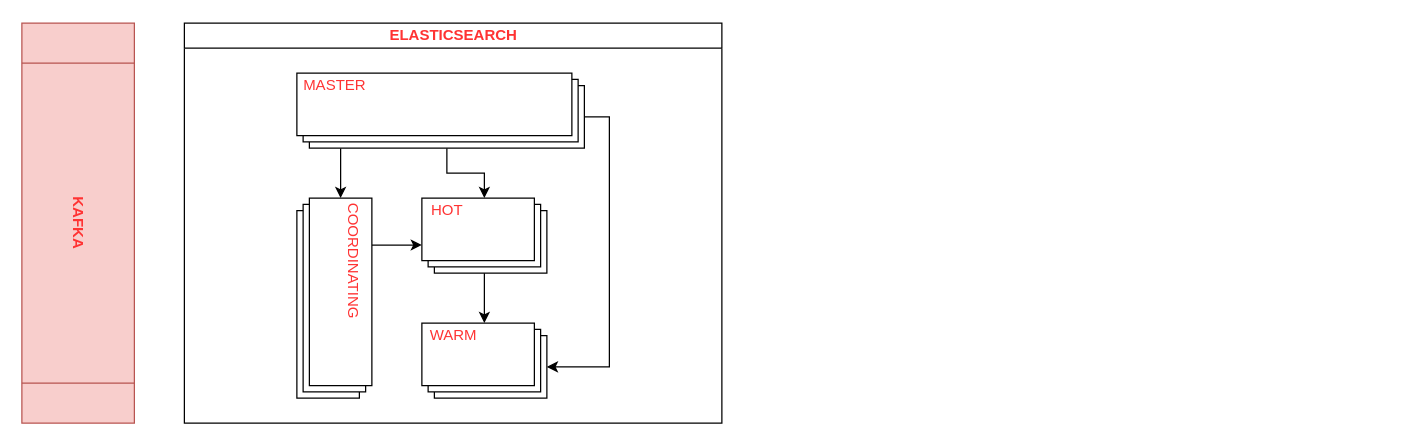
The draw.io diagram Untitled Diagram.drawio in iatalay/drawio-diagrams, before the edit. Source tidied: cells renumbered, new cells numbered last; positions are measured from the earlier drawing's top-left corner, leaving out a move shared by most shapes. Both pictures are drawn from the tidied source at 125%, with x=0, y=0 at pixel (-122, 22).
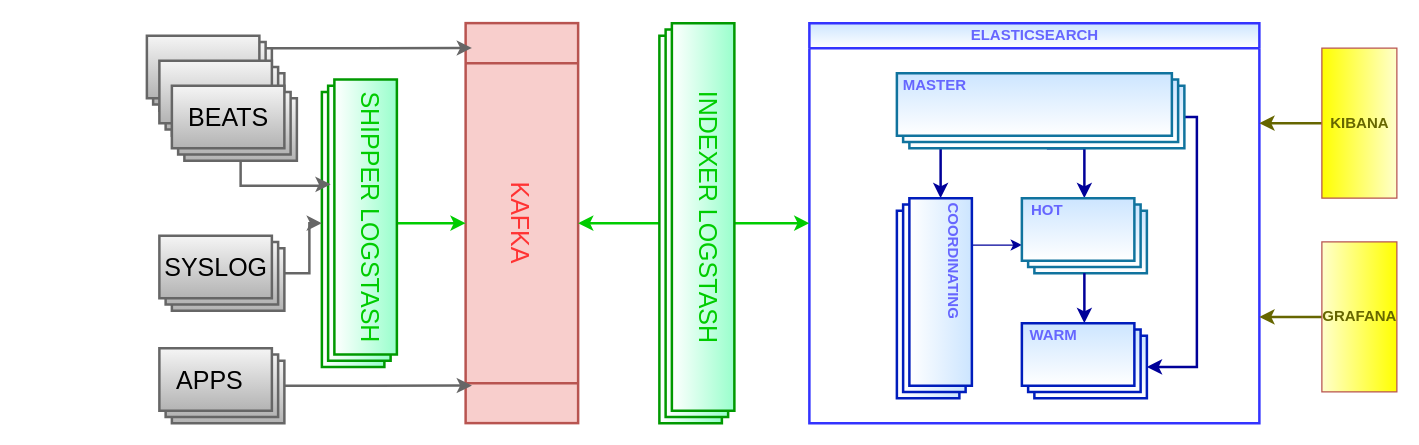
After the change.

What changed in the source:
```diff
@@
-    <mxCell id="2" value="&lt;span&gt;KAFKA&lt;/span&gt;" style="shape=process;whiteSpace=wrap;html=1;backgroundOutline=1;direction=west;verticalAlign=middle;fontStyle=1;labelBackgroundColor=none;labelBorderColor=none;fillColor=#f8cecc;strokeColor=#b85450;fontColor=#FF3333;rotation=90;flipV=1;flipH=0;" parent="1" vertex="1">
-      <mxGeometry y="115" width="320" height="90" as="geometry" />
+    <mxCell id="2" value="&lt;span style=&quot;font-size: 20px;&quot;&gt;KAFKA&lt;/span&gt;" style="shape=process;whiteSpace=wrap;html=1;backgroundOutline=1;direction=west;verticalAlign=middle;fontStyle=0;labelBackgroundColor=none;labelBorderColor=none;fillColor=#f8cecc;strokeColor=#b85450;fontColor=#FF3333;rotation=90;flipV=1;flipH=0;fontSize=20;strokeWidth=2;labelPosition=center;verticalLabelPosition=middle;align=center;" parent="1" vertex="1">
+      <mxGeometry x="355" y="115" width="320" height="90" as="geometry" />
     </mxCell>
-    <mxCell id="3" value="ELASTICSEARCH" style="swimlane;html=1;startSize=20;horizontal=1;containerType=tree;labelBackgroundColor=none;fontColor=#FF3333;" parent="1" vertex="1">
-      <mxGeometry x="245" width="430" height="320" as="geometry" />
+    <mxCell id="3" value="ELASTICSEARCH" style="swimlane;html=1;startSize=20;horizontal=1;containerType=tree;labelBackgroundColor=none;fillColor=#cce5ff;rounded=0;shadow=0;sketch=0;gradientColor=#ffffff;swimlaneFillColor=none;strokeColor=#3333FF;strokeWidth=2;fontColor=#6666FF;" parent="1" vertex="1">
+      <mxGeometry x="745" width="360" height="320" as="geometry" />
     </mxCell>
-    <mxCell id="4" style="edgeStyle=orthogonalEdgeStyle;rounded=0;jettySize=auto;html=1;entryX=0;entryY=0;entryDx=0;entryDy=25;entryPerimeter=0;fontColor=#FF3333;" parent="3" edge="1" source="7" target="9">
+    <mxCell id="4" style="edgeStyle=orthogonalEdgeStyle;rounded=0;jettySize=auto;html=1;entryX=0;entryY=0;entryDx=0;entryDy=25;entryPerimeter=0;fontColor=#FF3333;strokeColor=#000099;strokeWidth=2;" parent="3" edge="1" source="7" target="9">
       <mxGeometry relative="1" as="geometry">
         <Array as="points">
-          <mxPoint x="125" y="110" />
-          <mxPoint x="125" y="110" />
+          <mxPoint x="105" y="110" />
+          <mxPoint x="105" y="110" />
         </Array>
       </mxGeometry>
     </mxCell>
-    <mxCell id="5" style="edgeStyle=orthogonalEdgeStyle;rounded=0;jettySize=auto;html=1;exitX=0;exitY=0;exitDx=120;exitDy=60;exitPerimeter=0;fontColor=#FF3333;" parent="3" edge="1" source="7" target="10">
-      <mxGeometry relative="1" as="geometry" />
+    <mxCell id="5" style="edgeStyle=orthogonalEdgeStyle;rounded=0;jettySize=auto;html=1;exitX=0;exitY=0;exitDx=120;exitDy=60;exitPerimeter=0;fontColor=#FF3333;strokeColor=#000099;strokeWidth=2;" parent="3" edge="1" source="7" target="10">
+      <mxGeometry relative="1" as="geometry">
+        <Array as="points">
+          <mxPoint x="220" y="100" />
+        </Array>
+      </mxGeometry>
     </mxCell>
-    <mxCell id="6" style="edgeStyle=orthogonalEdgeStyle;rounded=0;jettySize=auto;html=1;exitX=0;exitY=0;exitDx=230;exitDy=35;exitPerimeter=0;entryX=0;entryY=0;entryDx=100;entryDy=35;entryPerimeter=0;fontColor=#FF3333;" parent="3" edge="1" source="7" target="12">
-      <mxGeometry relative="1" as="geometry" />
+    <mxCell id="6" style="edgeStyle=orthogonalEdgeStyle;rounded=0;jettySize=auto;html=1;exitX=0;exitY=0;exitDx=230;exitDy=35;exitPerimeter=0;entryX=0;entryY=0;entryDx=100;entryDy=35;entryPerimeter=0;fontColor=#FF3333;strokeColor=#000099;strokeWidth=2;" parent="3" edge="1" source="7" target="12">
+      <mxGeometry relative="1" as="geometry">
+        <Array as="points">
+          <mxPoint x="310" y="75" />
+          <mxPoint x="310" y="275" />
+        </Array>
+      </mxGeometry>
     </mxCell>
-    <mxCell id="7" style="verticalLabelPosition=bottom;verticalAlign=top;html=1;shape=mxgraph.basic.layered_rect;dx=10;outlineConnect=0;labelBackgroundColor=none;fontColor=#FF3333;labelBorderColor=none;" parent="3" vertex="1">
-      <mxGeometry x="90" y="40" width="230" height="60" as="geometry" />
+    <mxCell id="7" style="verticalLabelPosition=bottom;verticalAlign=top;html=1;shape=mxgraph.basic.layered_rect;dx=10;outlineConnect=0;labelBackgroundColor=none;labelBorderColor=none;strokeColor=#10739e;strokeWidth=2;fillColor=#CCE5FF;gradientColor=#ffffff;fontStyle=1;fontColor=#6666FF;" parent="3" vertex="1">
+      <mxGeometry x="70" y="40" width="230" height="60" as="geometry" />
     </mxCell>
-    <mxCell id="8" style="edgeStyle=orthogonalEdgeStyle;rounded=0;jettySize=auto;html=1;exitX=0;exitY=0;exitDx=37.5;exitDy=0;exitPerimeter=0;entryX=0;entryY=0;entryDx=0;entryDy=37.5;entryPerimeter=0;fontColor=#FF3333;" parent="3" edge="1" source="9" target="10">
+    <mxCell id="8" style="edgeStyle=orthogonalEdgeStyle;rounded=0;jettySize=auto;html=1;exitX=0;exitY=0;exitDx=37.5;exitDy=0;exitPerimeter=0;entryX=0;entryY=0;entryDx=0;entryDy=37.5;entryPerimeter=0;fontColor=#FF3333;strokeColor=#000099;" parent="3" edge="1" source="9" target="10">
       <mxGeometry relative="1" as="geometry" />
     </mxCell>
-    <mxCell id="9" style="verticalLabelPosition=bottom;verticalAlign=top;html=1;shape=mxgraph.basic.layered_rect;dx=10;outlineConnect=0;labelBackgroundColor=none;fontColor=#FF3333;labelBorderColor=none;direction=south;" parent="3" vertex="1">
-      <mxGeometry x="90" y="140" width="60" height="160" as="geometry" />
+    <mxCell id="9" style="verticalLabelPosition=bottom;verticalAlign=top;html=1;shape=mxgraph.basic.layered_rect;dx=10;outlineConnect=0;labelBackgroundColor=none;fontColor=#ffffff;labelBorderColor=none;direction=south;strokeColor=#001DBC;strokeWidth=2;fillColor=#CCE5FF;gradientColor=#ffffff;" parent="3" vertex="1">
+      <mxGeometry x="70" y="140" width="60" height="160" as="geometry" />
     </mxCell>
-    <mxCell id="10" style="verticalLabelPosition=bottom;verticalAlign=top;html=1;shape=mxgraph.basic.layered_rect;dx=10;outlineConnect=0;labelBackgroundColor=none;fontColor=#FF3333;" parent="3" vertex="1">
-      <mxGeometry x="190" y="140" width="100" height="60" as="geometry" />
+    <mxCell id="10" style="verticalLabelPosition=bottom;verticalAlign=top;html=1;shape=mxgraph.basic.layered_rect;dx=10;outlineConnect=0;labelBackgroundColor=none;strokeColor=#10739e;strokeWidth=2;fillColor=#CCE5FF;gradientColor=#ffffff;" parent="3" vertex="1">
+      <mxGeometry x="170" y="140" width="100" height="60" as="geometry" />
     </mxCell>
-    <mxCell id="11" style="edgeStyle=orthogonalEdgeStyle;rounded=0;jettySize=auto;html=1;" parent="3" edge="1" source="10" target="12">
+    <mxCell id="11" style="edgeStyle=orthogonalEdgeStyle;rounded=0;jettySize=auto;html=1;strokeColor=#000099;strokeWidth=2;" parent="3" edge="1" source="10" target="12">
       <mxGeometry relative="1" as="geometry" />
     </mxCell>
-    <mxCell id="12" style="verticalLabelPosition=bottom;verticalAlign=top;html=1;shape=mxgraph.basic.layered_rect;dx=10;outlineConnect=0;labelBackgroundColor=none;fontColor=#FF3333;" parent="3" vertex="1">
-      <mxGeometry x="190" y="240" width="100" height="60" as="geometry" />
+    <mxCell id="12" style="verticalLabelPosition=bottom;verticalAlign=top;html=1;shape=mxgraph.basic.layered_rect;dx=10;outlineConnect=0;labelBackgroundColor=none;fontColor=#ffffff;strokeWidth=2;strokeColor=#001DBC;fillColor=#CCE5FF;gradientColor=#ffffff;" parent="3" vertex="1">
+      <mxGeometry x="170" y="240" width="100" height="60" as="geometry" />
     </mxCell>
-    <mxCell id="13" value="COORDINATING" style="text;html=1;align=center;verticalAlign=middle;fontColor=#FF3333;rotation=90;" parent="3" vertex="1">
-      <mxGeometry x="80" y="180" width="110" height="20" as="geometry" />
+    <mxCell id="13" value="COORDINATING" style="text;html=1;align=center;verticalAlign=middle;rotation=90;fontColor=#6666FF;fontStyle=1;" parent="3" vertex="1">
+      <mxGeometry x="60" y="180" width="110" height="20" as="geometry" />
     </mxCell>
-    <mxCell id="14" value="HOT" style="text;html=1;align=center;verticalAlign=middle;fontColor=#FF3333;" parent="3" vertex="1">
-      <mxGeometry x="190" y="140" width="40" height="20" as="geometry" />
+    <mxCell id="14" value="HOT" style="text;html=1;align=center;verticalAlign=middle;fontColor=#6666FF;fontStyle=1;" parent="3" vertex="1">
+      <mxGeometry x="170" y="140" width="40" height="20" as="geometry" />
     </mxCell>
-    <mxCell id="15" value="WARM" style="text;html=1;align=center;verticalAlign=middle;fontColor=#FF3333;" parent="3" vertex="1">
-      <mxGeometry x="190" y="240" width="50" height="20" as="geometry" />
+    <mxCell id="15" value="WARM" style="text;html=1;align=center;verticalAlign=middle;fontColor=#6666FF;fontStyle=1;" parent="3" vertex="1">
+      <mxGeometry x="170" y="240" width="50" height="20" as="geometry" />
     </mxCell>
-    <mxCell id="16" value="MASTER" style="text;html=1;align=center;verticalAlign=middle;fontColor=#FF3333;" parent="3" vertex="1">
-      <mxGeometry x="85" y="40" width="70" height="20" as="geometry" />
+    <mxCell id="16" value="MASTER" style="text;html=1;align=center;verticalAlign=middle;fontColor=#6666FF;fontStyle=1;" parent="3" vertex="1">
+      <mxGeometry x="65" y="40" width="70" height="20" as="geometry" />
     </mxCell>
+    <mxCell id="17" style="edgeStyle=orthogonalEdgeStyle;rounded=0;jettySize=auto;html=1;entryX=1;entryY=0.25;entryDx=0;entryDy=0;fontColor=#666600;strokeColor=#666600;strokeWidth=2;" parent="1" edge="1" source="18" target="3">
+      <mxGeometry relative="1" as="geometry" />
+    </mxCell>
+    <mxCell id="18" value="KIBANA" style="verticalLabelPosition=middle;verticalAlign=middle;shape=mxgraph.basic.rect;fillColor2=none;strokeWidth=1;size=20;indent=5;rounded=0;shadow=0;labelBackgroundColor=none;sketch=0;rotation=90;horizontal=0;labelPosition=center;align=center;html=1;strokeColor=#b85450;fillColor=#FFFF00;gradientDirection=north;gradientColor=#FFFFCC;fontColor=#666600;fontStyle=1;" parent="1" vertex="1">
+      <mxGeometry x="1125" y="50" width="120" height="60" as="geometry" />
+    </mxCell>
+    <mxCell id="19" style="edgeStyle=orthogonalEdgeStyle;rounded=0;jettySize=auto;html=1;fontColor=#666600;strokeColor=#666600;strokeWidth=2;" parent="1" edge="1" source="20">
+      <mxGeometry relative="1" as="geometry">
+        <mxPoint x="1105" y="235" as="targetPoint" />
+      </mxGeometry>
+    </mxCell>
+    <mxCell id="20" value="GRAFANA" style="verticalLabelPosition=middle;verticalAlign=middle;shape=mxgraph.basic.rect;fillColor2=none;strokeWidth=1;size=20;indent=5;rounded=0;shadow=0;labelBackgroundColor=none;sketch=0;rotation=90;horizontal=0;labelPosition=center;align=center;html=1;strokeColor=#b85450;fillColor=#FFFF00;gradientDirection=north;gradientColor=#FFFFCC;fontStyle=1;fontColor=#666600;direction=west;perimeterSpacing=0;snapToPoint=0;portConstraintRotation=0;backgroundOutline=0;" parent="1" vertex="1">
+      <mxGeometry x="1125" y="205" width="120" height="60" as="geometry" />
+    </mxCell>
+    <mxCell id="21" style="edgeStyle=orthogonalEdgeStyle;rounded=0;jettySize=auto;html=1;entryX=0.5;entryY=1;entryDx=0;entryDy=0;strokeColor=#00CC00;strokeWidth=2;fontSize=20;fontColor=#00CC00;" parent="1" edge="1" source="23" target="2">
+      <mxGeometry relative="1" as="geometry" />
+    </mxCell>
+    <mxCell id="22" style="edgeStyle=orthogonalEdgeStyle;rounded=0;jettySize=auto;html=1;entryX=0;entryY=0.5;entryDx=0;entryDy=0;strokeColor=#00CC00;strokeWidth=2;fontSize=20;fontColor=#00CC00;" parent="1" edge="1" source="23" target="3">
+      <mxGeometry relative="1" as="geometry" />
+    </mxCell>
+    <mxCell id="23" style="verticalLabelPosition=bottom;verticalAlign=top;html=1;shape=mxgraph.basic.layered_rect;dx=10;outlineConnect=0;labelBackgroundColor=none;fontColor=#ffffff;labelBorderColor=none;direction=south;strokeWidth=2;gradientColor=#ffffff;fillColor=#99FFCC;strokeColor=#009900;" parent="1" vertex="1">
+      <mxGeometry x="625" width="60" height="320" as="geometry" />
+    </mxCell>
+    <mxCell id="24" style="edgeStyle=orthogonalEdgeStyle;rounded=0;jettySize=auto;html=1;entryX=0.5;entryY=0;entryDx=0;entryDy=0;strokeColor=#00CC00;strokeWidth=2;fontSize=20;fontColor=#00CC00;" parent="1" edge="1" source="25" target="2">
+      <mxGeometry relative="1" as="geometry" />
+    </mxCell>
+    <mxCell id="25" style="verticalLabelPosition=bottom;verticalAlign=top;html=1;shape=mxgraph.basic.layered_rect;dx=10;outlineConnect=0;labelBackgroundColor=none;fontColor=#ffffff;labelBorderColor=none;direction=south;strokeWidth=2;gradientColor=#ffffff;fillColor=#99FFCC;strokeColor=#009900;" parent="1" vertex="1">
+      <mxGeometry x="355" y="45" width="60" height="230" as="geometry" />
+    </mxCell>
+    <mxCell id="26" value="SHIPPER LOGSTASH" style="text;html=1;align=center;verticalAlign=middle;fontSize=20;fontColor=#00CC00;rotation=90;" parent="1" vertex="1">
+      <mxGeometry x="285" y="140" width="220" height="30" as="geometry" />
+    </mxCell>
+    <mxCell id="27" value="INDEXER LOGSTASH" style="text;html=1;align=center;verticalAlign=middle;fontSize=20;fontColor=#00CC00;rotation=90;" parent="1" vertex="1">
+      <mxGeometry x="555" y="140" width="220" height="30" as="geometry" />
+    </mxCell>
+    <mxCell id="28" style="edgeStyle=orthogonalEdgeStyle;rounded=0;jettySize=auto;html=1;entryX=0.094;entryY=0.944;entryDx=0;entryDy=0;entryPerimeter=0;strokeColor=#666666;strokeWidth=2;fontSize=20;fontColor=#000000;gradientColor=#b3b3b3;fillColor=#f5f5f5;" parent="1" edge="1" source="29" target="2">
+      <mxGeometry relative="1" as="geometry" />
+    </mxCell>
+    <mxCell id="29" style="verticalLabelPosition=bottom;verticalAlign=top;html=1;shape=mxgraph.basic.layered_rect;dx=10;outlineConnect=0;rounded=0;shadow=0;labelBackgroundColor=none;sketch=0;strokeColor=#666666;strokeWidth=2;fillColor=#f5f5f5;gradientColor=#b3b3b3;fontSize=20;" parent="1" vertex="1">
+      <mxGeometry x="225" y="260" width="100" height="60" as="geometry" />
+    </mxCell>
+    <mxCell id="30" value="APPS" style="text;html=1;align=center;verticalAlign=middle;fontSize=20;" parent="1" vertex="1">
+      <mxGeometry x="230" y="270" width="70" height="30" as="geometry" />
+    </mxCell>
+    <mxCell id="31" style="edgeStyle=orthogonalEdgeStyle;rounded=0;jettySize=auto;html=1;strokeColor=#666666;strokeWidth=2;fontSize=20;fontColor=#000000;gradientColor=#b3b3b3;fillColor=#f5f5f5;" parent="1" edge="1" source="32" target="25">
+      <mxGeometry relative="1" as="geometry" />
+    </mxCell>
+    <mxCell id="32" style="verticalLabelPosition=bottom;verticalAlign=top;html=1;shape=mxgraph.basic.layered_rect;dx=10;outlineConnect=0;rounded=0;shadow=0;labelBackgroundColor=none;sketch=0;strokeColor=#666666;strokeWidth=2;fillColor=#f5f5f5;gradientColor=#b3b3b3;fontSize=20;" parent="1" vertex="1">
+      <mxGeometry x="225" y="170" width="100" height="60" as="geometry" />
+    </mxCell>
+    <mxCell id="33" style="edgeStyle=orthogonalEdgeStyle;rounded=0;jettySize=auto;html=1;exitX=0;exitY=0;exitDx=100;exitDy=10;exitPerimeter=0;entryX=0.938;entryY=0.944;entryDx=0;entryDy=0;entryPerimeter=0;strokeColor=#666666;strokeWidth=2;fontSize=20;fontColor=#000000;gradientColor=#b3b3b3;fillColor=#f5f5f5;" parent="1" edge="1" source="34" target="2">
+      <mxGeometry relative="1" as="geometry" />
+    </mxCell>
+    <mxCell id="34" style="verticalLabelPosition=bottom;verticalAlign=top;html=1;shape=mxgraph.basic.layered_rect;dx=10;outlineConnect=0;rounded=0;shadow=0;labelBackgroundColor=none;sketch=0;strokeColor=#666666;strokeWidth=2;fillColor=#f5f5f5;gradientColor=#b3b3b3;fontSize=20;" parent="1" vertex="1">
+      <mxGeometry x="215" y="10" width="100" height="60" as="geometry" />
+    </mxCell>
+    <mxCell id="35" style="verticalLabelPosition=bottom;verticalAlign=top;html=1;shape=mxgraph.basic.layered_rect;dx=10;rounded=0;shadow=0;labelBackgroundColor=none;sketch=0;strokeColor=#666666;strokeWidth=2;fillColor=#f5f5f5;gradientColor=#b3b3b3;fontSize=20;" parent="1" vertex="1">
+      <mxGeometry x="225" y="30" width="100" height="60" as="geometry" />
+    </mxCell>
+    <mxCell id="36" style="edgeStyle=orthogonalEdgeStyle;rounded=0;jettySize=auto;html=1;exitX=0;exitY=0;exitDx=55;exitDy=60;exitPerimeter=0;entryX=0.365;entryY=0.883;entryDx=0;entryDy=0;entryPerimeter=0;strokeColor=#666666;strokeWidth=2;fontSize=20;fontColor=#000000;gradientColor=#b3b3b3;fillColor=#f5f5f5;" parent="1" edge="1" source="37" target="25">
+      <mxGeometry relative="1" as="geometry" />
+    </mxCell>
+    <mxCell id="37" style="verticalLabelPosition=bottom;verticalAlign=top;html=1;shape=mxgraph.basic.layered_rect;dx=10;outlineConnect=0;rounded=0;shadow=0;labelBackgroundColor=none;sketch=0;strokeColor=#666666;strokeWidth=2;fillColor=#f5f5f5;gradientColor=#b3b3b3;fontSize=20;" parent="1" vertex="1">
+      <mxGeometry x="235" y="50" width="100" height="60" as="geometry" />
+    </mxCell>
+    <mxCell id="38" value="SYSLOG" style="text;html=1;align=center;verticalAlign=middle;fontSize=20;" parent="1" vertex="1">
+      <mxGeometry x="220" y="180" width="100" height="30" as="geometry" />
+    </mxCell>
+    <mxCell id="39" value="BEATS" style="text;html=1;align=center;verticalAlign=middle;fontSize=20;" parent="1" vertex="1">
+      <mxGeometry x="240" y="60" width="80" height="30" as="geometry" />
+    </mxCell>
```
